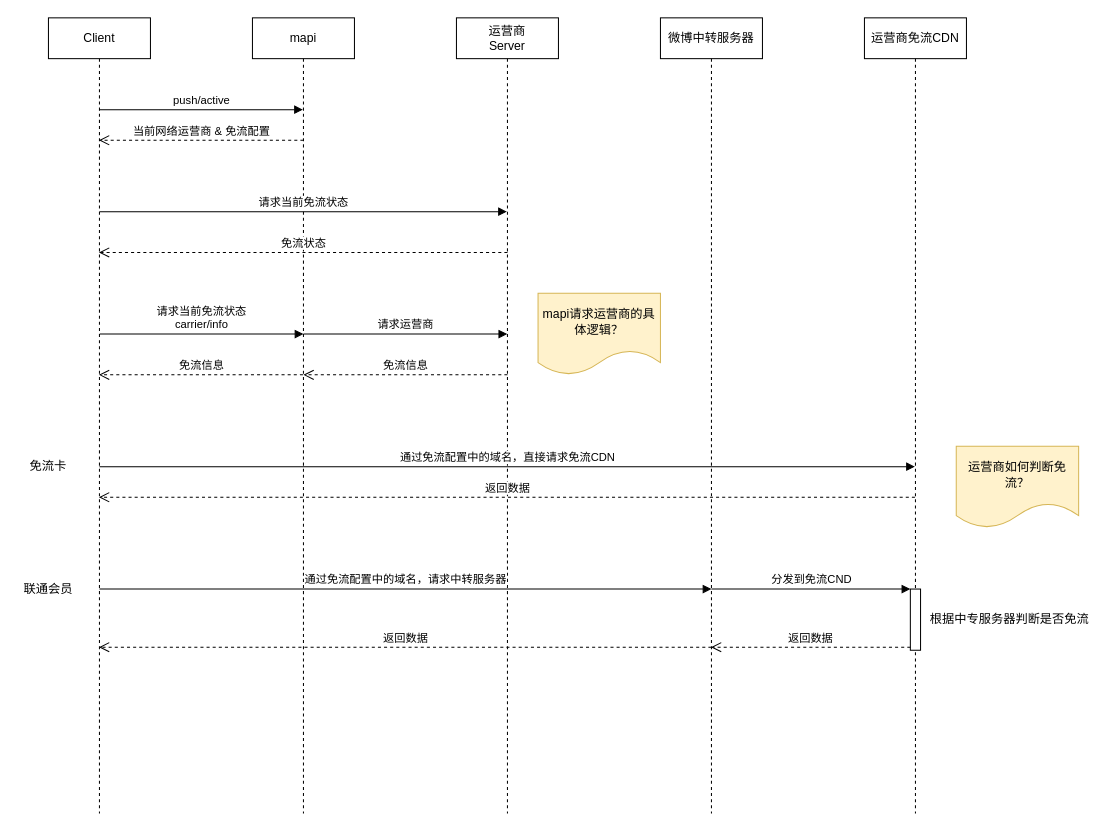
Above: page "时序图" (2 of 2) of weibo/微博免流.drawio in huabeiyipilang/disk (draw.io), before the change. Source tidied: cells renumbered, new cells numbered last; positions are measured from the earlier drawing's top-left corner, leaving out a move shared by most shapes. Both pictures are drawn from the tidied source at 102%, with x=0, y=0 at pixel (17, 17).
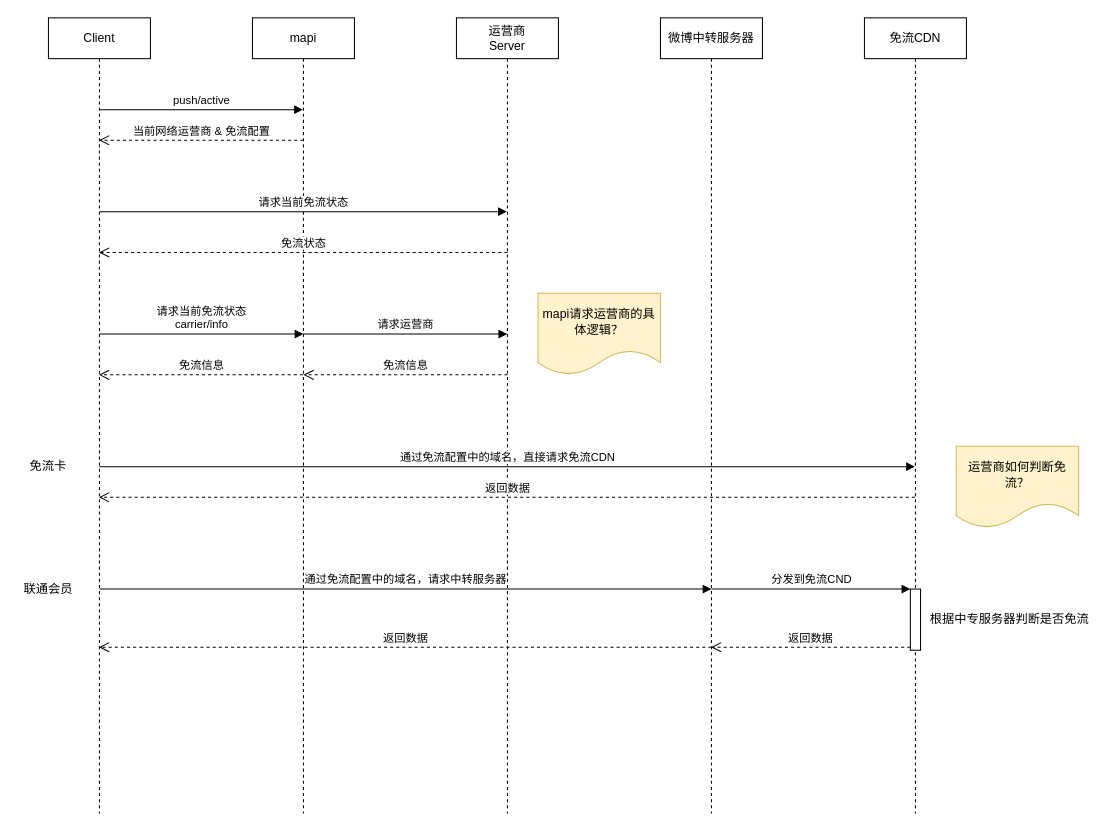
Above is the later version.

What changed in the source:
```diff
@@
-    <mxCell id="7" value="运营商免流CDN" style="shape=umlLifeline;perimeter=lifelinePerimeter;whiteSpace=wrap;html=1;outlineConnect=0;" parent="1" vertex="1">
+    <mxCell id="7" value="免流CDN" style="shape=umlLifeline;perimeter=lifelinePerimeter;whiteSpace=wrap;html=1;outlineConnect=0;" parent="1" vertex="1">
       <mxGeometry x="830" width="100" height="780" as="geometry" />
     </mxCell>
```
